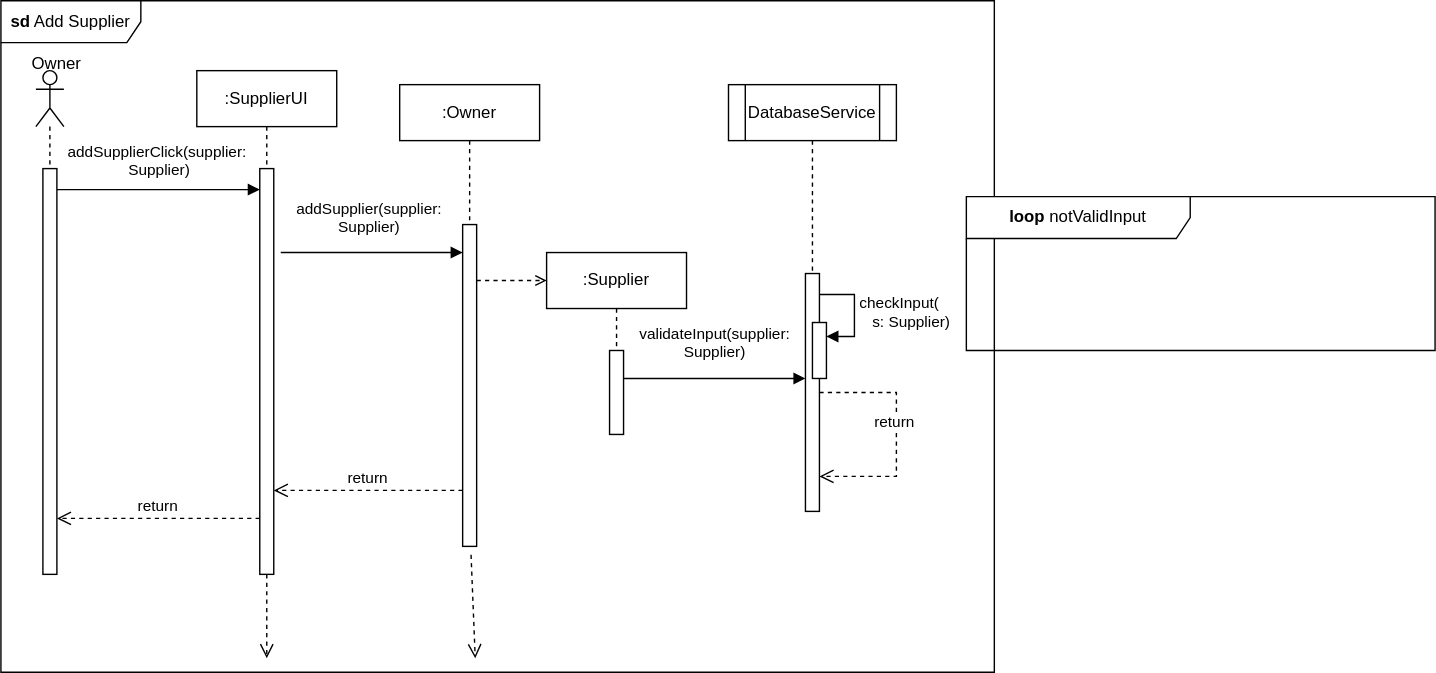
Above: Add_supp.svg in Simamkele88/IFM3_GP (draw.io), before the change. Source tidied: cells renumbered, new cells last; positions are measured from the earlier drawing's top-left corner, leaving out a move shared by most shapes.
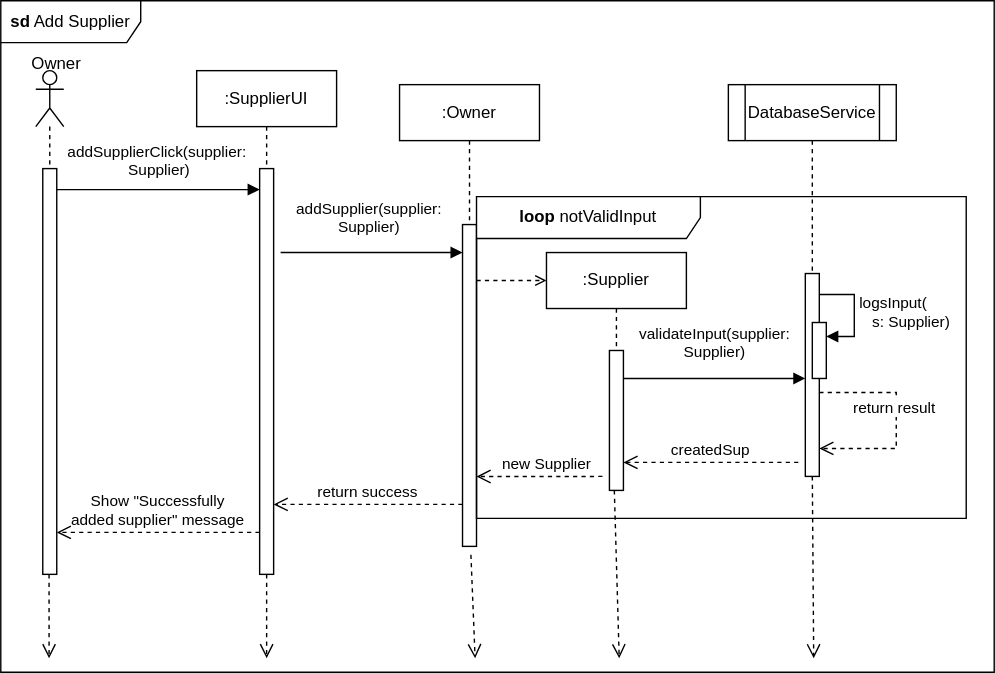
After the change.

The edit, as a diff of the source:
```diff
@@ -34,7 +34,7 @@
       <mxGeometry x="520" y="60" width="120" height="40" as="geometry" />
     </mxCell>
     <mxCell id="11" style="html=1;points=[[0,0,0,0,5],[0,1,0,0,-5],[1,0,0,0,5],[1,1,0,0,-5]];perimeter=orthogonalPerimeter;outlineConnect=0;targetShapes=umlLifeline;portConstraint=eastwest;newEdgeStyle={&quot;curved&quot;:0,&quot;rounded&quot;:0};" parent="1" vertex="1">
-      <mxGeometry x="575" y="195" width="10" height="170" as="geometry" />
+      <mxGeometry x="575" y="195" width="10" height="145" as="geometry" />
     </mxCell>
     <mxCell id="12" style="html=1;verticalAlign=bottom;endArrow=none;dashed=1;endSize=8;curved=0;rounded=0;startFill=0;exitX=0.5;exitY=1;exitDx=0;exitDy=0;" parent="1" edge="1" source="10" target="11">
       <mxGeometry relative="1" as="geometry" />
@@ -49,11 +49,11 @@
         <mxPoint x="339" y="470" as="targetPoint" />
       </mxGeometry>
     </mxCell>
-    <mxCell id="15" value="return&amp;nbsp;" style="html=1;verticalAlign=bottom;endArrow=open;dashed=1;endSize=8;rounded=0;edgeStyle=orthogonalEdgeStyle;" parent="1" edge="1" source="11" target="11">
+    <mxCell id="15" value="return result&amp;nbsp;" style="html=1;verticalAlign=bottom;endArrow=open;dashed=1;endSize=8;rounded=0;edgeStyle=orthogonalEdgeStyle;" parent="1" edge="1" source="11" target="11">
       <mxGeometry relative="1" as="geometry">
         <Array as="points">
           <mxPoint x="640" y="280" />
-          <mxPoint x="640" y="340" />
+          <mxPoint x="640" y="320" />
         </Array>
       </mxGeometry>
     </mxCell>
@@ -61,23 +61,40 @@
       <mxGeometry x="10" y="30" width="60" height="30" as="geometry" />
     </mxCell>
     <mxCell id="17" value="&lt;b&gt;loop&lt;/b&gt; notValidInput" style="shape=umlFrame;whiteSpace=wrap;html=1;width=160;" parent="1" vertex="1">
-      <mxGeometry x="690" y="140" width="335" height="110" as="geometry" />
+      <mxGeometry x="340" y="140" width="350" height="230" as="geometry" />
     </mxCell>
+    <mxCell id="27" value="createdSup" style="html=1;verticalAlign=bottom;endArrow=open;dashed=1;endSize=8;curved=0;rounded=0;" parent="17" edge="1" target="24">
+      <mxGeometry relative="1" as="geometry">
+        <mxPoint x="230" y="190" as="sourcePoint" />
+      </mxGeometry>
+    </mxCell>
+    <mxCell id="28" style="html=1;verticalAlign=bottom;endArrow=open;dashed=1;endSize=8;curved=0;rounded=0;exitX=0.6;exitY=1.026;exitDx=0;exitDy=0;exitPerimeter=0;" parent="17" edge="1">
+      <mxGeometry relative="1" as="geometry">
+        <mxPoint x="240" y="200" as="sourcePoint" />
+        <mxPoint x="241" y="330" as="targetPoint" />
+      </mxGeometry>
+    </mxCell>
+    <mxCell id="29" value="new Supplier" style="html=1;verticalAlign=bottom;endArrow=open;dashed=1;endSize=8;curved=0;rounded=0;entryX=0;entryY=0.87;entryDx=0;entryDy=0;entryPerimeter=0;" parent="17" edge="1" target="17">
+      <mxGeometry x="-0.11" relative="1" as="geometry">
+        <mxPoint x="90" y="200" as="sourcePoint" />
+      </mxGeometry>
+    </mxCell>
-    <mxCell id="18" value="return" style="html=1;verticalAlign=bottom;endArrow=open;dashed=1;endSize=8;curved=0;rounded=0;" parent="1" edge="1" target="5">
+    <mxCell id="18" value="return success" style="html=1;verticalAlign=bottom;endArrow=open;dashed=1;endSize=8;curved=0;rounded=0;" parent="1" edge="1">
       <mxGeometry relative="1" as="geometry">
-        <mxPoint x="330" y="350" as="sourcePoint" />
+        <mxPoint x="330" y="360" as="sourcePoint" />
+        <mxPoint x="195" y="360" as="targetPoint" />
       </mxGeometry>
     </mxCell>
-    <mxCell id="19" value="return" style="html=1;verticalAlign=bottom;endArrow=open;dashed=1;endSize=8;curved=0;rounded=0;" parent="1" edge="1">
+    <mxCell id="19" value="Show &quot;Successfully&lt;div&gt;added supplier&quot; message&lt;/div&gt;" style="html=1;verticalAlign=bottom;endArrow=open;dashed=1;endSize=8;curved=0;rounded=0;" parent="1" edge="1">
       <mxGeometry relative="1" as="geometry">
-        <mxPoint x="185" y="370" as="sourcePoint" />
-        <mxPoint x="40" y="370" as="targetPoint" />
+        <mxPoint x="185" y="380" as="sourcePoint" />
+        <mxPoint x="40" y="380" as="targetPoint" />
       </mxGeometry>
     </mxCell>
     <mxCell id="20" style="html=1;points=[[0,0,0,0,5],[0,1,0,0,-5],[1,0,0,0,5],[1,1,0,0,-5]];perimeter=orthogonalPerimeter;outlineConnect=0;targetShapes=umlLifeline;portConstraint=eastwest;newEdgeStyle={&quot;curved&quot;:0,&quot;rounded&quot;:0};" parent="1" vertex="1">
       <mxGeometry x="580" y="230" width="10" height="40" as="geometry" />
     </mxCell>
-    <mxCell id="21" value="checkInput(&lt;div&gt;&amp;nbsp; &amp;nbsp;s: Supplier)&lt;/div&gt;" style="html=1;align=left;spacingLeft=2;endArrow=block;rounded=0;edgeStyle=orthogonalEdgeStyle;curved=0;rounded=0;" parent="1" edge="1" source="11" target="20">
+    <mxCell id="21" value="logsInput(&lt;div&gt;&amp;nbsp; &amp;nbsp;s: Supplier)&lt;/div&gt;" style="html=1;align=left;spacingLeft=2;endArrow=block;rounded=0;edgeStyle=orthogonalEdgeStyle;curved=0;rounded=0;" parent="1" edge="1" source="11" target="20">
       <mxGeometry relative="1" as="geometry">
         <Array as="points">
           <mxPoint x="610" y="210" />
@@ -95,7 +112,7 @@
       </mxGeometry>
     </mxCell>
     <mxCell id="24" style="html=1;points=[[0,0,0,0,5],[0,1,0,0,-5],[1,0,0,0,5],[1,1,0,0,-5]];perimeter=orthogonalPerimeter;outlineConnect=0;targetShapes=umlLifeline;portConstraint=eastwest;newEdgeStyle={&quot;curved&quot;:0,&quot;rounded&quot;:0};" parent="1" vertex="1">
-      <mxGeometry x="435" y="250" width="10" height="60" as="geometry" />
+      <mxGeometry x="435" y="250" width="10" height="100" as="geometry" />
     </mxCell>
     <mxCell id="25" value="addSupplier(supplier:&lt;div&gt;Supplier)&lt;/div&gt;" style="html=1;verticalAlign=bottom;endArrow=block;curved=0;rounded=0;" parent="1" edge="1">
       <mxGeometry x="-0.04" y="10" relative="1" as="geometry">
@@ -109,5 +126,17 @@
         <mxPoint x="445" y="270" as="sourcePoint" />
       </mxGeometry>
     </mxCell>
+    <mxCell id="30" style="html=1;verticalAlign=bottom;endArrow=open;dashed=1;endSize=8;curved=0;rounded=0;exitX=0.6;exitY=1.026;exitDx=0;exitDy=0;exitPerimeter=0;" parent="1" edge="1">
+      <mxGeometry relative="1" as="geometry">
+        <mxPoint x="438.5" y="350" as="sourcePoint" />
+        <mxPoint x="442" y="470" as="targetPoint" />
+      </mxGeometry>
+    </mxCell>
+    <mxCell id="31" style="html=1;verticalAlign=bottom;endArrow=open;dashed=1;endSize=8;curved=0;rounded=0;" parent="1" edge="1">
+      <mxGeometry relative="1" as="geometry">
+        <mxPoint x="34.5" y="410" as="sourcePoint" />
+        <mxPoint x="34.5" y="470" as="targetPoint" />
+      </mxGeometry>
+    </mxCell>
   </root>
 </mxGraphModel>
```
